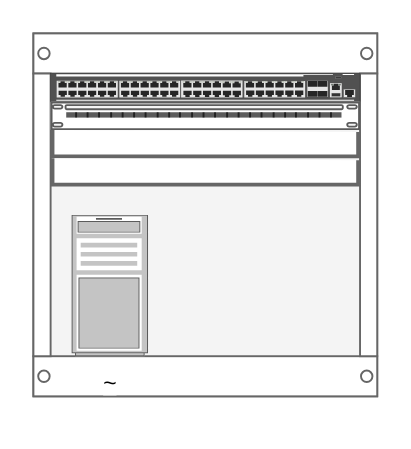
The draw.io diagram Untitled Diagram.drawio in Slavik-Kek/Rack, before the edit. Source tidied: cells renumbered, new cells numbered last; positions are measured from the earlier drawing's top-left corner, leaving out a move shared by most shapes. Both pictures are drawn from the tidied source at 191%, with x=0, y=0 at pixel (32, 32). Pictures stored in the file or linked from it are replaced by grey dashed boxes.
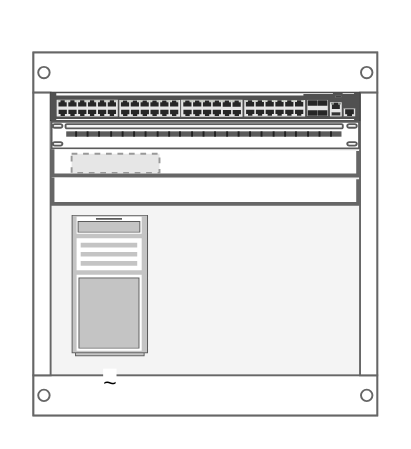
After the change.

The edit, as a diff of the source:
```diff
@@
 <mxGraphModel>
   <root>
     <mxCell id="0" />
     <mxCell id="1" parent="0" />
     <mxCell id="2" style="strokeColor=#666666;html=1;verticalLabelPosition=bottom;labelBackgroundColor=#ffffff;verticalAlign=top;shadow=0;dashed=0;shape=mxgraph.rackGeneral.rackCabinet3;rackUnitSize=14.8;fillColor2=#f4f4f4;allowGaps=1;textColor=#666666;numDisp=off;" parent="1" vertex="1">
-      <mxGeometry width="180" height="190" as="geometry" />
+      <mxGeometry y="10" width="180" height="190" as="geometry" />
     </mxCell>
     <mxCell id="3" style="html=1;verticalLabelPosition=bottom;verticalAlign=top;shadow=0;dashed=0;shape=mxgraph.rack.hpe_aruba.switches.jl321a_aruba_2930m_48g_1_slot_switch;" parent="2" vertex="1">
       <mxGeometry x="9" y="21" width="162" height="14.8" as="geometry" />
     </mxCell>
     <mxCell id="4" style="strokeColor=#666666;html=1;labelPosition=right;align=left;spacingLeft=15;shadow=0;dashed=0;shape=mxgraph.rack.general.cat5e_rack_mount_patch_panel_24_ports;" parent="2" vertex="1">
       <mxGeometry x="9" y="35.8" width="162" height="14.8" as="geometry" />
     </mxCell>
     <mxCell id="5" style="strokeColor=#666666;html=1;labelPosition=right;align=left;spacingLeft=15;shadow=0;dashed=0;shape=mxgraph.rackGeneral.shelf;" parent="2" vertex="1">
       <mxGeometry x="9" y="50.6" width="162" height="14.8" as="geometry" />
     </mxCell>
+    <mxCell id="8" style="fillColor=#E6E6E6;strokeColor=#999999;dashed=1;verticalLabelPosition=bottom;verticalAlign=top;" parent="5" vertex="1">
+      <mxGeometry x="11" y="2.4" width="46" height="10" as="geometry" />
+    </mxCell>
     <mxCell id="6" style="strokeColor=#666666;html=1;labelPosition=right;align=left;spacingLeft=15;shadow=0;dashed=0;shape=mxgraph.rackGeneral.shelf;" parent="2" vertex="1">
       <mxGeometry x="9" y="65.4" width="162" height="14.8" as="geometry" />
     </mxCell>
     <mxCell id="7" value="~" style="strokeColor=#666666;html=1;verticalLabelPosition=bottom;labelBackgroundColor=#ffffff;verticalAlign=top;shadow=0;dashed=0;shape=mxgraph.rack.general.server_1;" parent="1" vertex="1">
       <mxGeometry x="20" y="95" width="40" height="74" as="geometry" />
     </mxCell>
   </root>
 </mxGraphModel>
```
